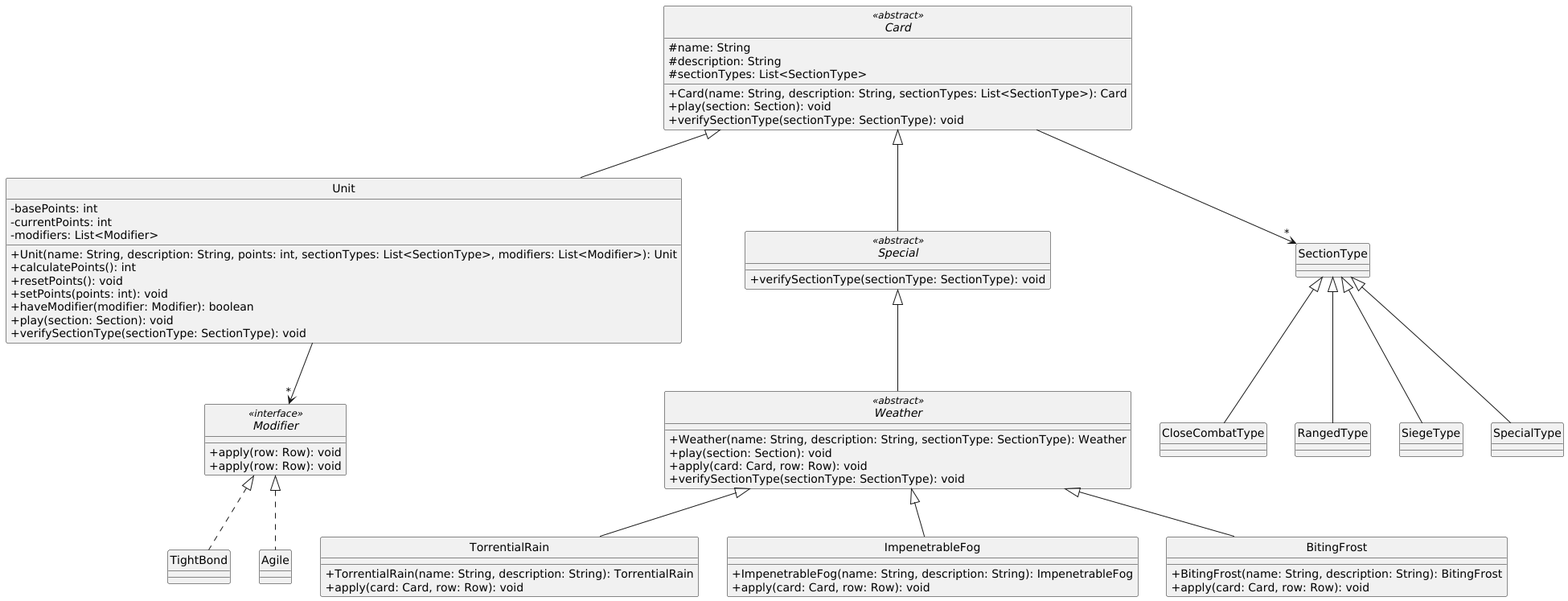
Above: diagrams/classes/cards.png in Yonhir/algo3_proyecto_base_tp2 (PlantUML), before the change.
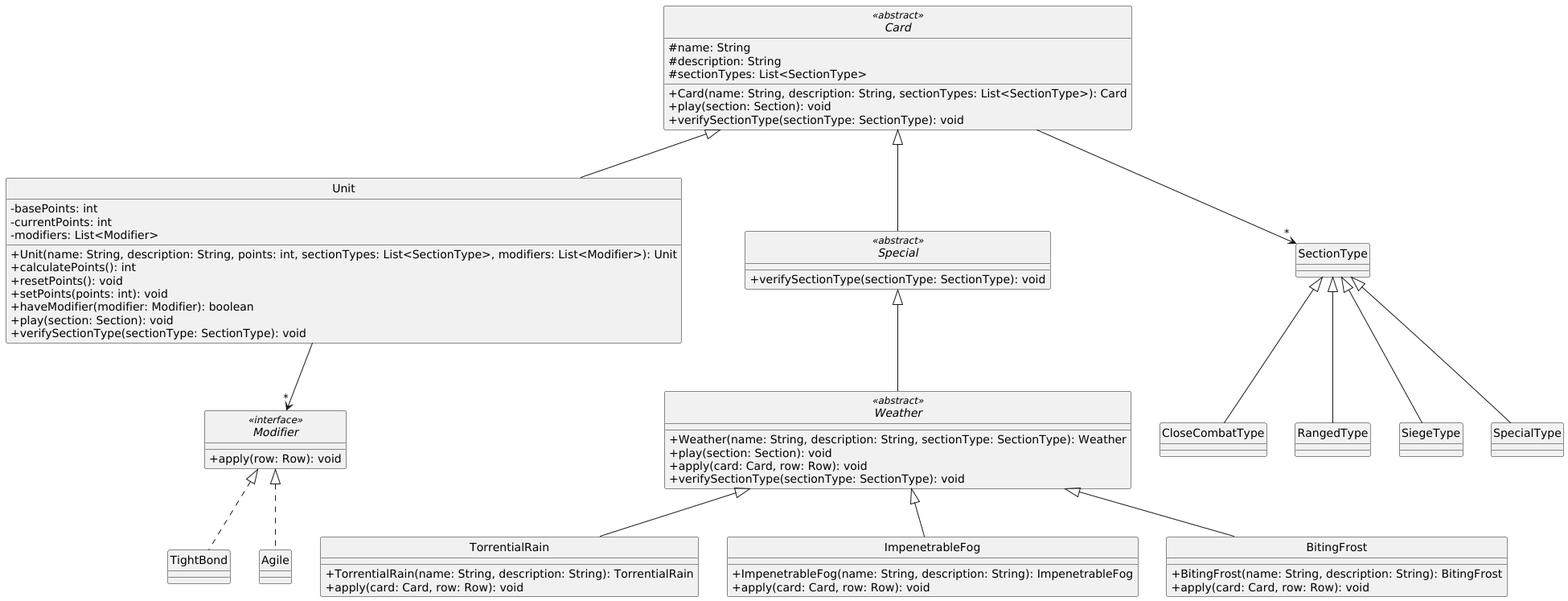
Later version of the same file.

Commit message:
duplicado borrado

Change to the diagram source:
```diff
@@ -63,16 +63,6 @@
   +apply(card: Card, row: Row): void
 }
 
-interface Modifier <<interface>> {
-  +apply(row: Row): void
-}
-
-class TightBond {
-}
-
-class Agile {
-}
-
 
 Card <|-- Unit
 Card <|-- Special
```
